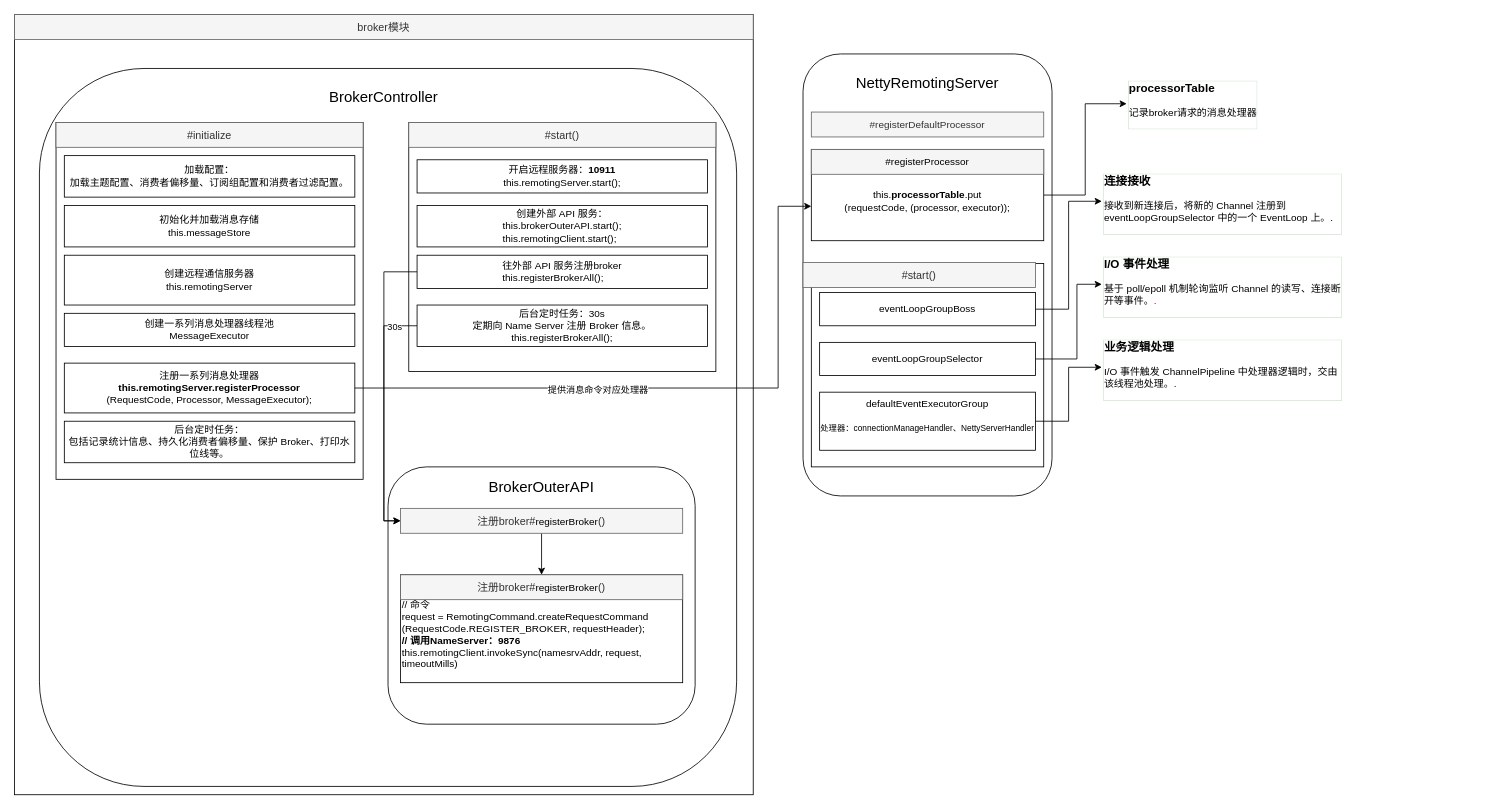
Above: RocketMQ/Broker模块-启动.drawio in jeslie-in-blossom/learndata (draw.io), before the change. Source tidied: cells renumbered, new cells numbered last; positions are measured from the earlier drawing's top-left corner, leaving out a move shared by most shapes. Both pictures are drawn from the tidied source at 83%, with x=0, y=0 at pixel (14, 14).
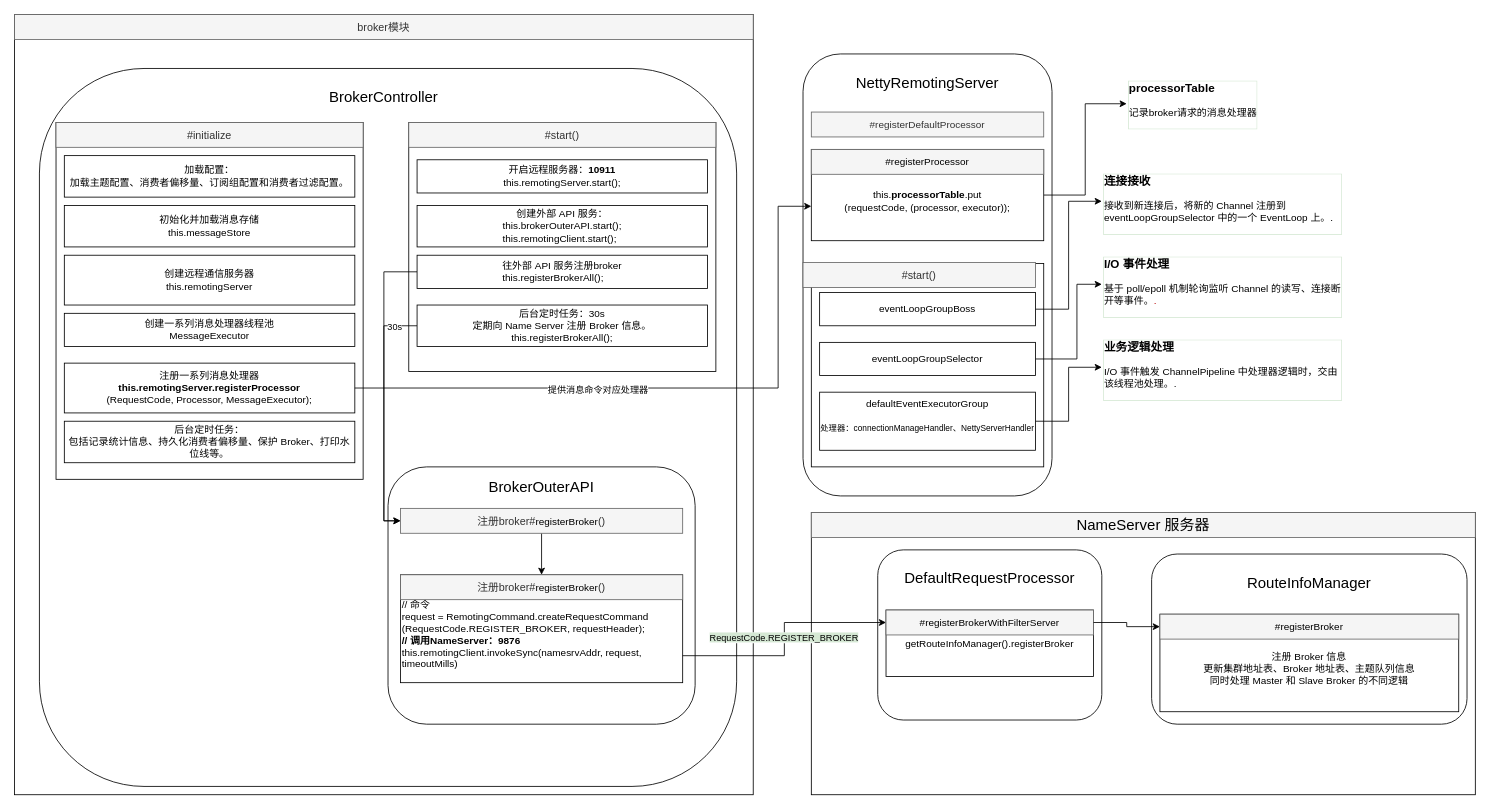
After the change.

Commit message:
更新Broker模块-启动.drawio

The change refers to these unchanged cells:
```xml
<mxCell id="39" value="&lt;div&gt;&lt;br&gt;&lt;/div&gt;&lt;div&gt;// 命令&lt;/div&gt;&lt;div&gt;request = RemotingCommand.createRequestCommand&lt;br&gt;(RequestCode.REGISTER_BROKER, requestHeader);&lt;br&gt;&lt;b&gt;// 调用NameServer：9876&lt;/b&gt;&lt;/div&gt;&lt;div&gt;this.remotingClient.invokeSync(namesrvAddr, request, timeoutMills)&lt;/div&gt;" style="rounded=0;whiteSpace=wrap;html=1;align=left;" parent="1" vertex="1">
  <mxGeometry x="465" y="675" width="340" height="130" as="geometry" />
</mxCell>
```

The edit, as a diff of the source:
```diff
@@
+    <mxCell id="49" style="rounded=0;whiteSpace=wrap;html=1;" parent="1" vertex="1">
+      <mxGeometry x="960" y="600" width="800" height="340" as="geometry" />
+    </mxCell>
+    <mxCell id="50" value="&lt;span style=&quot;color: rgb(0, 0, 0); font-size: 18px;&quot;&gt;NameServer 服务器&lt;/span&gt;" style="text;html=1;align=center;verticalAlign=middle;whiteSpace=wrap;rounded=0;labelBackgroundColor=none;textShadow=0;fillColor=#f5f5f5;fontColor=#333333;strokeColor=#666666;" parent="1" vertex="1">
+      <mxGeometry x="960" y="600" width="800" height="30" as="geometry" />
+    </mxCell>
+    <mxCell id="51" style="rounded=1;whiteSpace=wrap;html=1;" parent="1" vertex="1">
+      <mxGeometry x="1040" y="645" width="270" height="205" as="geometry" />
+    </mxCell>
+    <mxCell id="52" value="&lt;span style=&quot;font-size: 18px;&quot;&gt;DefaultRequestProcessor&lt;/span&gt;" style="text;html=1;align=center;verticalAlign=middle;whiteSpace=wrap;rounded=0;" parent="1" vertex="1">
+      <mxGeometry x="1040" y="655" width="270" height="50" as="geometry" />
+    </mxCell>
+    <mxCell id="53" value="getRouteInfoManager().registerBroker" style="rounded=0;whiteSpace=wrap;html=1;" parent="1" vertex="1">
+      <mxGeometry x="1050" y="717.5" width="250" height="80" as="geometry" />
+    </mxCell>
+    <mxCell id="54" value="&lt;span style=&quot;color: rgb(0, 0, 0);&quot;&gt;#&lt;/span&gt;&lt;span style=&quot;color: rgb(0, 0, 0);&quot;&gt;registerBrokerWithFilterServer&lt;/span&gt;" style="text;html=1;align=center;verticalAlign=middle;whiteSpace=wrap;rounded=0;labelBackgroundColor=none;textShadow=0;fillColor=#f5f5f5;fontColor=#333333;strokeColor=#666666;" parent="1" vertex="1">
+      <mxGeometry x="1050" y="717.5" width="250" height="30" as="geometry" />
+    </mxCell>
+    <mxCell id="55" style="edgeStyle=orthogonalEdgeStyle;rounded=0;jettySize=auto;html=1;exitX=1;exitY=0.75;exitDx=0;exitDy=0;" parent="1" edge="1" source="39" target="54">
+      <mxGeometry relative="1" as="geometry" />
+    </mxCell>
+    <mxCell id="56" value="&lt;span style=&quot;background-color: rgb(213, 232, 212);&quot;&gt;RequestCode.REGISTER_BROKER&lt;/span&gt;" style="edgeLabel;html=1;align=center;verticalAlign=middle;" parent="55" vertex="1">
+      <mxGeometry x="0.02" y="2" relative="1" as="geometry">
+        <mxPoint x="1" as="offset" />
+      </mxGeometry>
+    </mxCell>
+    <mxCell id="57" style="rounded=1;whiteSpace=wrap;html=1;" parent="1" vertex="1">
+      <mxGeometry x="1370" y="650" width="380" height="205" as="geometry" />
+    </mxCell>
+    <mxCell id="58" value="&lt;span style=&quot;font-size: 18px;&quot;&gt;RouteInfoManager&lt;/span&gt;" style="text;html=1;align=center;verticalAlign=middle;whiteSpace=wrap;rounded=0;" parent="1" vertex="1">
+      <mxGeometry x="1370" y="660" width="380" height="50" as="geometry" />
+    </mxCell>
+    <mxCell id="59" value="&lt;div&gt;&lt;br&gt;&lt;/div&gt;&lt;div&gt;&lt;span style=&quot;background-color: transparent; color: light-dark(rgb(0, 0, 0), rgb(255, 255, 255));&quot;&gt;注册 Broker 信息&lt;/span&gt;&lt;/div&gt;更新集群地址表、Broker 地址表、主题队列信息&lt;br&gt;同时处理 Master 和 Slave Broker 的不同逻辑" style="rounded=0;whiteSpace=wrap;html=1;" parent="1" vertex="1">
+      <mxGeometry x="1380" y="722.5" width="360" height="117.5" as="geometry" />
+    </mxCell>
+    <mxCell id="60" value="&lt;font color=&quot;#000000&quot;&gt;#registerBroker&lt;/font&gt;" style="text;html=1;align=center;verticalAlign=middle;whiteSpace=wrap;rounded=0;labelBackgroundColor=none;textShadow=0;fillColor=#f5f5f5;fontColor=#333333;strokeColor=#666666;" parent="1" vertex="1">
+      <mxGeometry x="1380" y="722.5" width="360" height="30" as="geometry" />
+    </mxCell>
+    <mxCell id="61" style="edgeStyle=orthogonalEdgeStyle;rounded=0;jettySize=auto;html=1;exitX=1;exitY=0.5;exitDx=0;exitDy=0;" parent="1" edge="1" source="54" target="60">
+      <mxGeometry relative="1" as="geometry" />
+    </mxCell>
```
